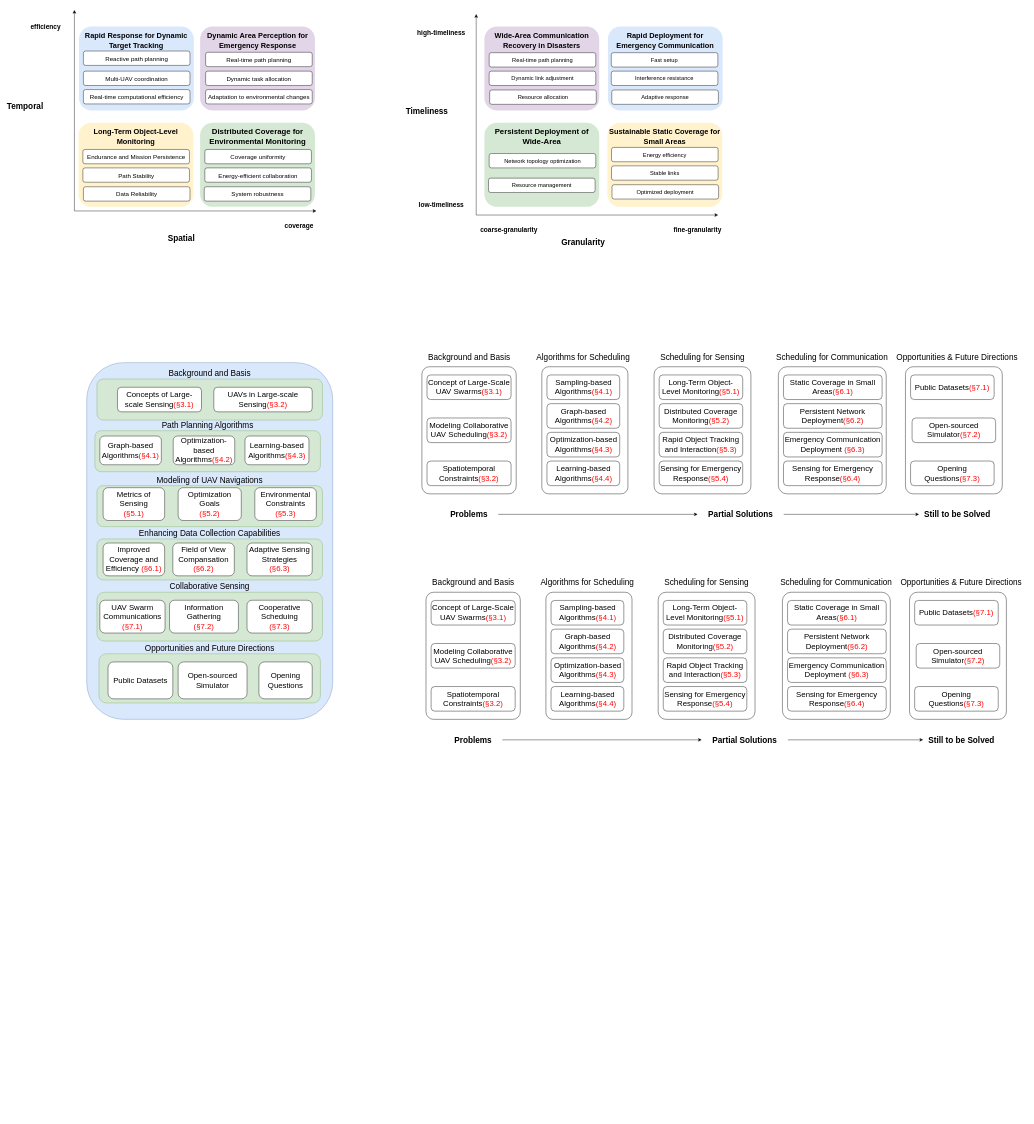
Above: survey_uav.drawio in nighood/Diagrams (draw.io), before the change. Source tidied: cells renumbered, new cells numbered last; positions are measured from the earlier drawing's top-left corner, leaving out a move shared by most shapes. Both pictures are drawn from the tidied source at 41%, with x=0, y=0 at pixel (13, 10).
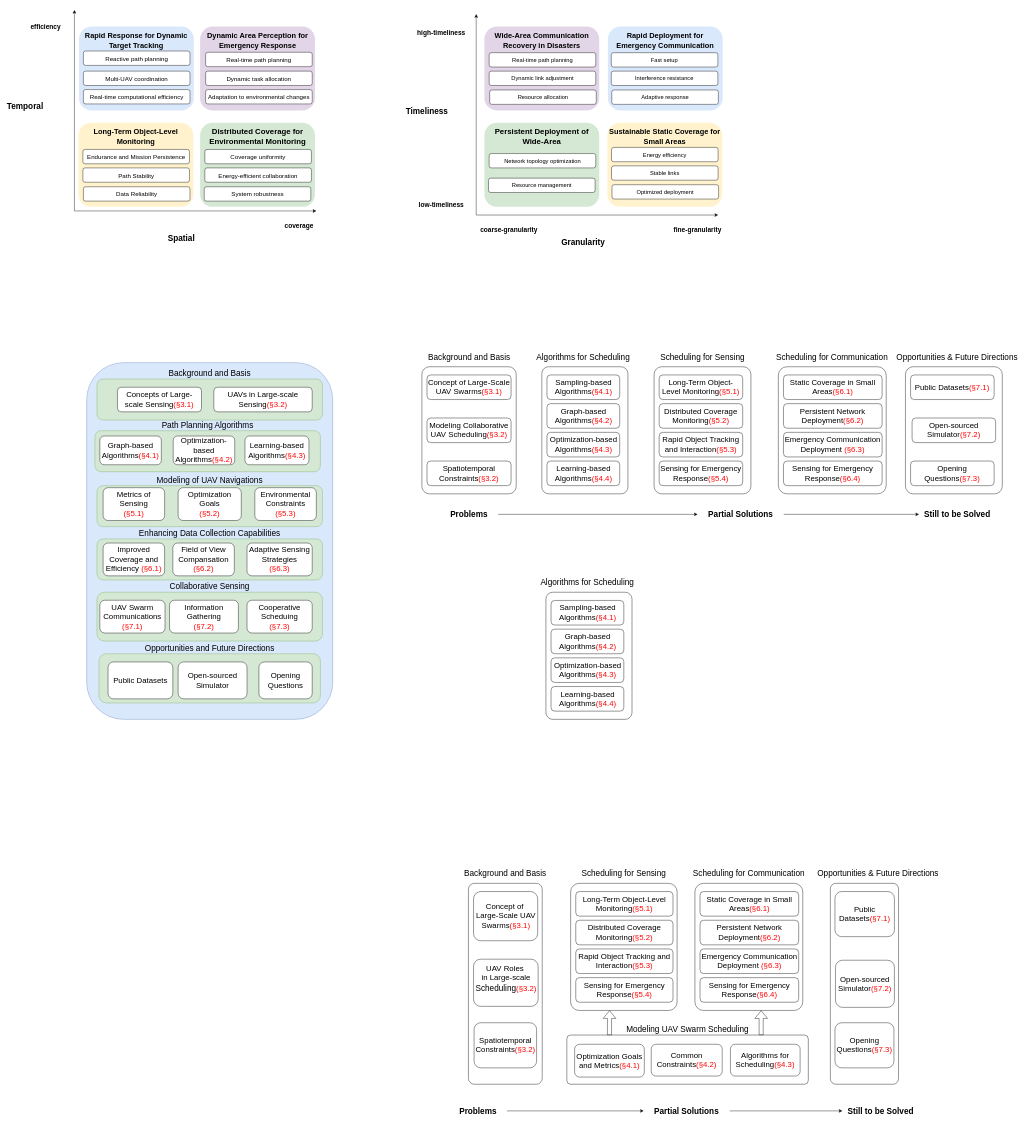
The same page after the edit.

Change to the diagram source:
```diff
@@
     <mxCell id="104" style="rounded=1;whiteSpace=wrap;html=1;glass=0;arcSize=8;" parent="1" vertex="1">
-      <mxGeometry x="1007.5" y="1420" width="230" height="310" as="geometry" />
+      <mxGeometry x="1111" y="2130" width="180" height="490" as="geometry" />
     </mxCell>
-    <mxCell id="105" value="Concept of Large-Scale UAV Swarms&lt;font color=&quot;#ff0000&quot;&gt;(§3.1)&lt;/font&gt;" style="rounded=1;whiteSpace=wrap;html=1;fontSize=19;" parent="1" vertex="1">
-      <mxGeometry x="1020" y="1440" width="205" height="60" as="geometry" />
+    <mxCell id="105" value="Concept of&amp;nbsp;&lt;div&gt;Large-Scale UAV Swarms&lt;font color=&quot;#ff0000&quot;&gt;(§3.1)&lt;/font&gt;&lt;/div&gt;" style="rounded=1;whiteSpace=wrap;html=1;fontSize=19;" parent="1" vertex="1">
+      <mxGeometry x="1123.5" y="2150" width="156.5" height="120" as="geometry" />
     </mxCell>
-    <mxCell id="106" value="Modeling Collaborative UAV Scheduling&lt;font color=&quot;#ff0000&quot;&gt;(§3.2)&lt;/font&gt;" style="rounded=1;whiteSpace=wrap;html=1;fontSize=19;" parent="1" vertex="1">
-      <mxGeometry x="1020" y="1545" width="205" height="60" as="geometry" />
+    <mxCell id="106" value="UAV Roles&amp;nbsp;&lt;div&gt;in Large-scale&lt;/div&gt;&lt;div&gt;&lt;span style=&quot;font-size: 20px;&quot;&gt;Scheduling&lt;/span&gt;&lt;font color=&quot;#ff0000&quot;&gt;(§3.2)&lt;/font&gt;&lt;div&gt;&lt;font color=&quot;#ff0000&quot;&gt;&lt;br&gt;&lt;/font&gt;&lt;/div&gt;&lt;/div&gt;" style="rounded=1;html=1;fontSize=19;whiteSpace=wrap;" parent="1" vertex="1">
+      <mxGeometry x="1123.5" y="2315" width="157.5" height="115" as="geometry" />
     </mxCell>
     <mxCell id="107" value="Spatiotemporal Constraints&lt;font color=&quot;#ff0000&quot;&gt;(§3.2)&lt;/font&gt;" style="rounded=1;whiteSpace=wrap;html=1;fontSize=19;" parent="1" vertex="1">
-      <mxGeometry x="1020" y="1650" width="205" height="60" as="geometry" />
+      <mxGeometry x="1124.8" y="2470" width="152.5" height="110" as="geometry" />
     </mxCell>
     <mxCell id="108" value="&lt;span style=&quot;font-size: 20px;&quot;&gt;Background and Basis&lt;/span&gt;" style="text;html=1;align=center;verticalAlign=middle;whiteSpace=wrap;rounded=0;" parent="1" vertex="1">
-      <mxGeometry x="997.5" y="1380" width="250" height="30" as="geometry" />
+      <mxGeometry x="1076" y="2090" width="250" height="30" as="geometry" />
     </mxCell>
@@
     <mxCell id="115" style="rounded=1;whiteSpace=wrap;html=1;glass=0;arcSize=8;" parent="1" vertex="1">
-      <mxGeometry x="1573.8" y="1420" width="236.2" height="310" as="geometry" />
+      <mxGeometry x="1360.3" y="2130" width="259.7" height="310" as="geometry" />
     </mxCell>
     <mxCell id="116" value="Long-Term Object-Level Monitoring&lt;font color=&quot;#ff0000&quot;&gt;(§5.1)&lt;/font&gt;" style="rounded=1;whiteSpace=wrap;html=1;fontSize=19;" parent="1" vertex="1">
-      <mxGeometry x="1586.2" y="1440" width="203.8" height="60" as="geometry" />
+      <mxGeometry x="1372.8" y="2150" width="237.2" height="60" as="geometry" />
     </mxCell>
     <mxCell id="117" value="Distributed Coverage Monitoring&lt;font color=&quot;#ff0000&quot;&gt;(§5.2)&lt;/font&gt;" style="rounded=1;whiteSpace=wrap;html=1;fontSize=19;" parent="1" vertex="1">
-      <mxGeometry x="1586.2" y="1510" width="203.8" height="60" as="geometry" />
+      <mxGeometry x="1372.8" y="2220" width="237.2" height="60" as="geometry" />
     </mxCell>
     <mxCell id="118" value="Rapid Object Tracking and Interaction&lt;font color=&quot;#ff0000&quot;&gt;(§5.3)&lt;/font&gt;" style="rounded=1;whiteSpace=wrap;html=1;fontSize=19;" parent="1" vertex="1">
-      <mxGeometry x="1586.2" y="1580" width="203.8" height="60" as="geometry" />
+      <mxGeometry x="1372.8" y="2290" width="237.2" height="60" as="geometry" />
     </mxCell>
     <mxCell id="119" value="&lt;span style=&quot;font-size: 20px;&quot;&gt;Scheduling&amp;nbsp;&lt;/span&gt;&lt;span style=&quot;font-size: 20px;&quot;&gt;for Sensing&lt;/span&gt;" style="text;html=1;align=center;verticalAlign=middle;whiteSpace=wrap;rounded=0;" parent="1" vertex="1">
-      <mxGeometry x="1566.9" y="1380" width="250" height="30" as="geometry" />
+      <mxGeometry x="1365.2" y="2090" width="250" height="30" as="geometry" />
     </mxCell>
     <mxCell id="120" value="Sensing for Emergency Response&lt;font color=&quot;#ff0000&quot;&gt;(§5.4)&lt;/font&gt;" style="rounded=1;whiteSpace=wrap;html=1;fontSize=19;" parent="1" vertex="1">
-      <mxGeometry x="1586.2" y="1650" width="203.8" height="60" as="geometry" />
+      <mxGeometry x="1372.8" y="2360" width="237.2" height="60" as="geometry" />
     </mxCell>
     <mxCell id="121" style="rounded=1;whiteSpace=wrap;html=1;glass=0;arcSize=8;" parent="1" vertex="1">
-      <mxGeometry x="1876.9" y="1420" width="263.1" height="310" as="geometry" />
+      <mxGeometry x="1663.4" y="2130" width="263.1" height="310" as="geometry" />
     </mxCell>
     <mxCell id="122" value="Static Coverage in Small Areas&lt;font color=&quot;#ff0000&quot;&gt;(§6.1)&lt;/font&gt;" style="rounded=1;whiteSpace=wrap;html=1;fontSize=19;" parent="1" vertex="1">
-      <mxGeometry x="1889.4" y="1440" width="240.6" height="60" as="geometry" />
+      <mxGeometry x="1675.9" y="2150" width="240.6" height="60" as="geometry" />
     </mxCell>
     <mxCell id="123" value="Persistent Network Deployment&lt;font color=&quot;#ff0000&quot;&gt;(§6.2)&lt;/font&gt;" style="rounded=1;whiteSpace=wrap;html=1;fontSize=19;" parent="1" vertex="1">
-      <mxGeometry x="1889.4" y="1510" width="240.6" height="60" as="geometry" />
+      <mxGeometry x="1675.9" y="2220" width="240.6" height="60" as="geometry" />
     </mxCell>
     <mxCell id="124" value="Emergency Communication Deployment&amp;nbsp;&lt;font color=&quot;#ff0000&quot;&gt;(§6.3)&lt;/font&gt;" style="rounded=1;whiteSpace=wrap;html=1;fontSize=19;" parent="1" vertex="1">
-      <mxGeometry x="1889.4" y="1580" width="240.6" height="60" as="geometry" />
+      <mxGeometry x="1675.9" y="2290" width="240.6" height="60" as="geometry" />
     </mxCell>
     <mxCell id="125" value="&lt;span style=&quot;font-size: 20px;&quot;&gt;Scheduling&amp;nbsp;&lt;/span&gt;&lt;span style=&quot;font-size: 20px;&quot;&gt;for Communication&lt;/span&gt;" style="text;html=1;align=center;verticalAlign=middle;whiteSpace=wrap;rounded=0;" parent="1" vertex="1">
-      <mxGeometry x="1863.4" y="1380" width="290" height="30" as="geometry" />
+      <mxGeometry x="1650" y="2090" width="290" height="30" as="geometry" />
     </mxCell>
     <mxCell id="126" value="Sensing for Emergency Response&lt;font color=&quot;#ff0000&quot;&gt;(§6.4)&lt;/font&gt;" style="rounded=1;whiteSpace=wrap;html=1;fontSize=19;" parent="1" vertex="1">
-      <mxGeometry x="1889.4" y="1650" width="240.6" height="60" as="geometry" />
+      <mxGeometry x="1675.9" y="2360" width="240.6" height="60" as="geometry" />
     </mxCell>
     <mxCell id="127" style="rounded=1;whiteSpace=wrap;html=1;glass=0;arcSize=8;" parent="1" vertex="1">
-      <mxGeometry x="2186.9" y="1420" width="236.2" height="310" as="geometry" />
+      <mxGeometry x="1993.8" y="2130" width="166.2" height="490" as="geometry" />
     </mxCell>
     <mxCell id="128" value="Public Datasets&lt;font color=&quot;#ff0000&quot;&gt;(§7.1)&lt;/font&gt;" style="rounded=1;whiteSpace=wrap;html=1;fontSize=19;" parent="1" vertex="1">
-      <mxGeometry x="2199.4" y="1440" width="203.8" height="60" as="geometry" />
+      <mxGeometry x="2005" y="2150" width="145" height="110" as="geometry" />
     </mxCell>
     <mxCell id="129" value="Open-sourced Simulator&lt;font color=&quot;#ff0000&quot;&gt;(§7.2)&lt;/font&gt;" style="rounded=1;whiteSpace=wrap;html=1;fontSize=19;" parent="1" vertex="1">
-      <mxGeometry x="2203.1" y="1545" width="203.8" height="60" as="geometry" />
+      <mxGeometry x="2006.2" y="2317.5" width="143.8" height="115" as="geometry" />
     </mxCell>
     <mxCell id="130" value="&lt;span style=&quot;font-size: 20px;&quot;&gt;Opportunities &amp;amp; Future Directions&lt;/span&gt;" style="text;html=1;align=center;verticalAlign=middle;whiteSpace=wrap;rounded=0;" parent="1" vertex="1">
-      <mxGeometry x="2153.4" y="1380" width="320" height="30" as="geometry" />
+      <mxGeometry x="1950" y="2090" width="320" height="30" as="geometry" />
     </mxCell>
     <mxCell id="131" value="Opening Questions&lt;font color=&quot;#ff0000&quot;&gt;(§7.3)&lt;/font&gt;" style="rounded=1;whiteSpace=wrap;html=1;fontSize=19;" parent="1" vertex="1">
-      <mxGeometry x="2199.4" y="1650" width="203.8" height="60" as="geometry" />
+      <mxGeometry x="2005" y="2470" width="143.8" height="110" as="geometry" />
     </mxCell>
@@
     <mxCell id="133" value="&lt;span style=&quot;font-size: 20px;&quot;&gt;&lt;b&gt;Problems&lt;/b&gt;&lt;/span&gt;" style="text;html=1;align=center;verticalAlign=middle;whiteSpace=wrap;rounded=0;" parent="1" vertex="1">
-      <mxGeometry x="1051.2" y="1765" width="142.5" height="30" as="geometry" />
+      <mxGeometry x="1062.5" y="2670" width="142.5" height="30" as="geometry" />
     </mxCell>
@@
     <mxCell id="135" value="&lt;span style=&quot;font-size: 20px;&quot;&gt;&lt;b&gt;Partial Solutions&lt;/b&gt;&lt;/span&gt;" style="text;html=1;align=center;verticalAlign=middle;whiteSpace=wrap;rounded=0;" parent="1" vertex="1">
-      <mxGeometry x="1680" y="1765" width="210" height="30" as="geometry" />
+      <mxGeometry x="1538.4" y="2670" width="210" height="30" as="geometry" />
     </mxCell>
     <mxCell id="136" value="&lt;span style=&quot;font-size: 20px;&quot;&gt;&lt;b&gt;Still to be Solved&lt;/b&gt;&lt;/span&gt;" style="text;html=1;align=center;verticalAlign=middle;whiteSpace=wrap;rounded=0;" parent="1" vertex="1">
-      <mxGeometry x="2220" y="1765" width="186.9" height="30" as="geometry" />
+      <mxGeometry x="2023.1" y="2670" width="186.9" height="30" as="geometry" />
     </mxCell>
+    <mxCell id="137" style="rounded=1;whiteSpace=wrap;html=1;glass=0;arcSize=8;" parent="1" vertex="1">
+      <mxGeometry x="1351" y="2500" width="589" height="120" as="geometry" />
+    </mxCell>
+    <mxCell id="138" value="Optimization Goals and Metrics&lt;font color=&quot;#ff0000&quot;&gt;(§4.1)&lt;/font&gt;" style="rounded=1;whiteSpace=wrap;html=1;fontSize=19;" parent="1" vertex="1">
+      <mxGeometry x="1370" y="2522.5" width="170" height="80" as="geometry" />
+    </mxCell>
+    <mxCell id="139" value="Common Constraints&lt;font color=&quot;#ff0000&quot;&gt;(§4.2)&lt;/font&gt;" style="rounded=1;whiteSpace=wrap;html=1;fontSize=19;" parent="1" vertex="1">
+      <mxGeometry x="1556.9" y="2522.5" width="173.1" height="77.5" as="geometry" />
+    </mxCell>
+    <mxCell id="140" value="Algorithms for Scheduling&lt;font color=&quot;#ff0000&quot;&gt;(§4.3)&lt;/font&gt;" style="rounded=1;whiteSpace=wrap;html=1;fontSize=19;" parent="1" vertex="1">
+      <mxGeometry x="1750" y="2522.5" width="170" height="77.5" as="geometry" />
+    </mxCell>
+    <mxCell id="141" value="&lt;span style=&quot;font-size: 20px;&quot;&gt;Modeling UAV Swarm Scheduling&lt;/span&gt;" style="text;html=1;align=center;verticalAlign=middle;whiteSpace=wrap;rounded=0;" parent="1" vertex="1">
+      <mxGeometry x="1472.1" y="2470" width="346.9" height="30" as="geometry" />
+    </mxCell>
+    <mxCell id="142" style="shape=flexArrow;endArrow=classic;html=1;rounded=0;entryX=0.5;entryY=1;entryDx=0;entryDy=0;" parent="1" edge="1">
+      <mxGeometry relative="1" as="geometry">
+        <mxPoint x="1455" y="2500" as="sourcePoint" />
+        <mxPoint x="1455.2" y="2440" as="targetPoint" />
+      </mxGeometry>
+    </mxCell>
+    <mxCell id="143" style="shape=flexArrow;endArrow=classic;html=1;rounded=0;entryX=0.5;entryY=1;entryDx=0;entryDy=0;" parent="1" edge="1">
+      <mxGeometry relative="1" as="geometry">
+        <mxPoint x="1825" y="2500" as="sourcePoint" />
+        <mxPoint x="1825" y="2440" as="targetPoint" />
+      </mxGeometry>
+    </mxCell>
+    <mxCell id="144" style="edgeStyle=orthogonalEdgeStyle;rounded=0;orthogonalLoop=1;jettySize=auto;html=1;exitX=0.5;exitY=1;exitDx=0;exitDy=0;" parent="1" edge="1" source="125" target="125">
+      <mxGeometry relative="1" as="geometry" />
+    </mxCell>
```
